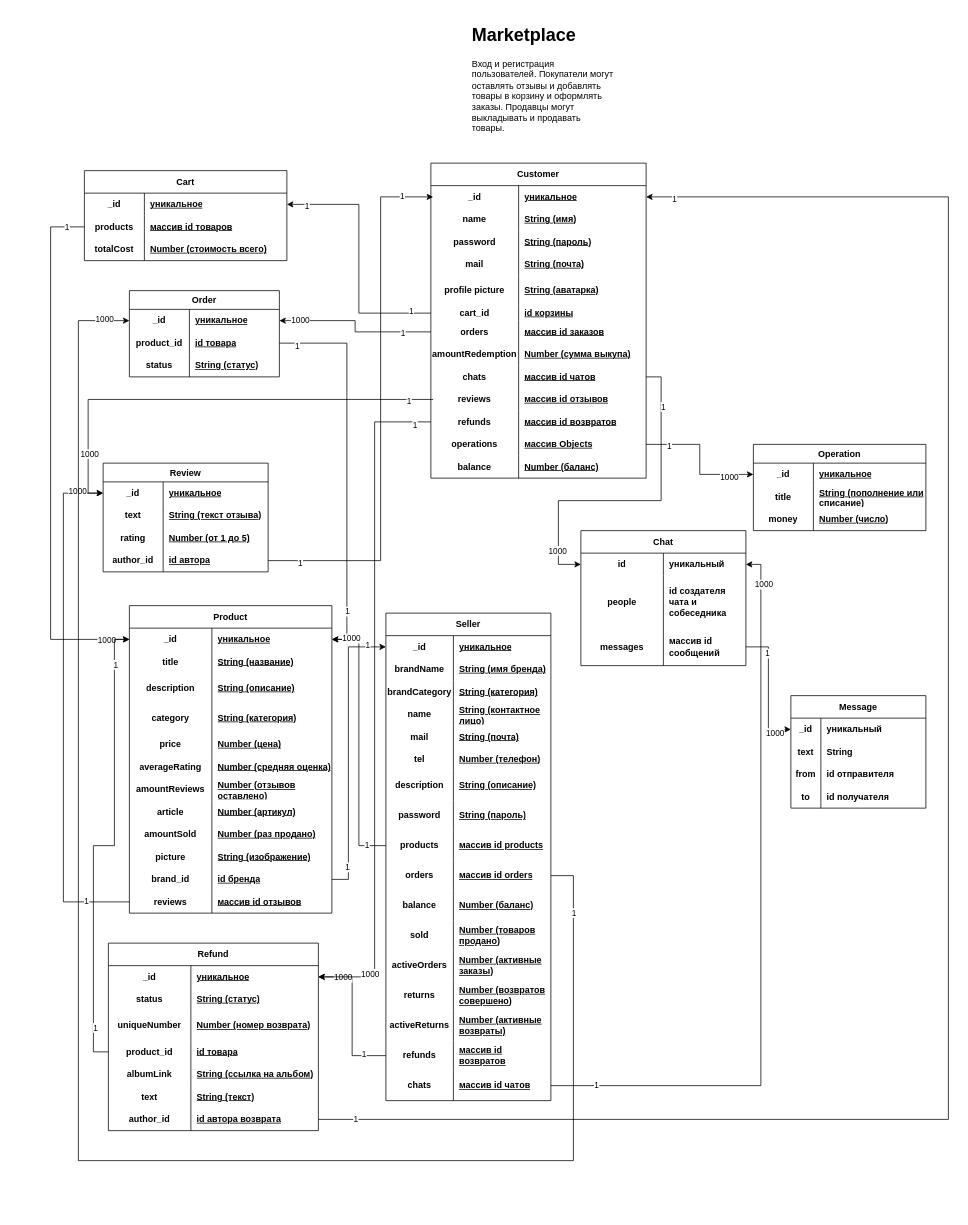
Earlier version of the draw.io diagram app-diagram.drawio (Roman3205/marketplace). Source tidied: cells renumbered, new cells numbered last; positions are measured from the earlier drawing's top-left corner, leaving out a move shared by most shapes. Both pictures are drawn from the tidied source at 75%, with x=0, y=0 at pixel (50, 20).
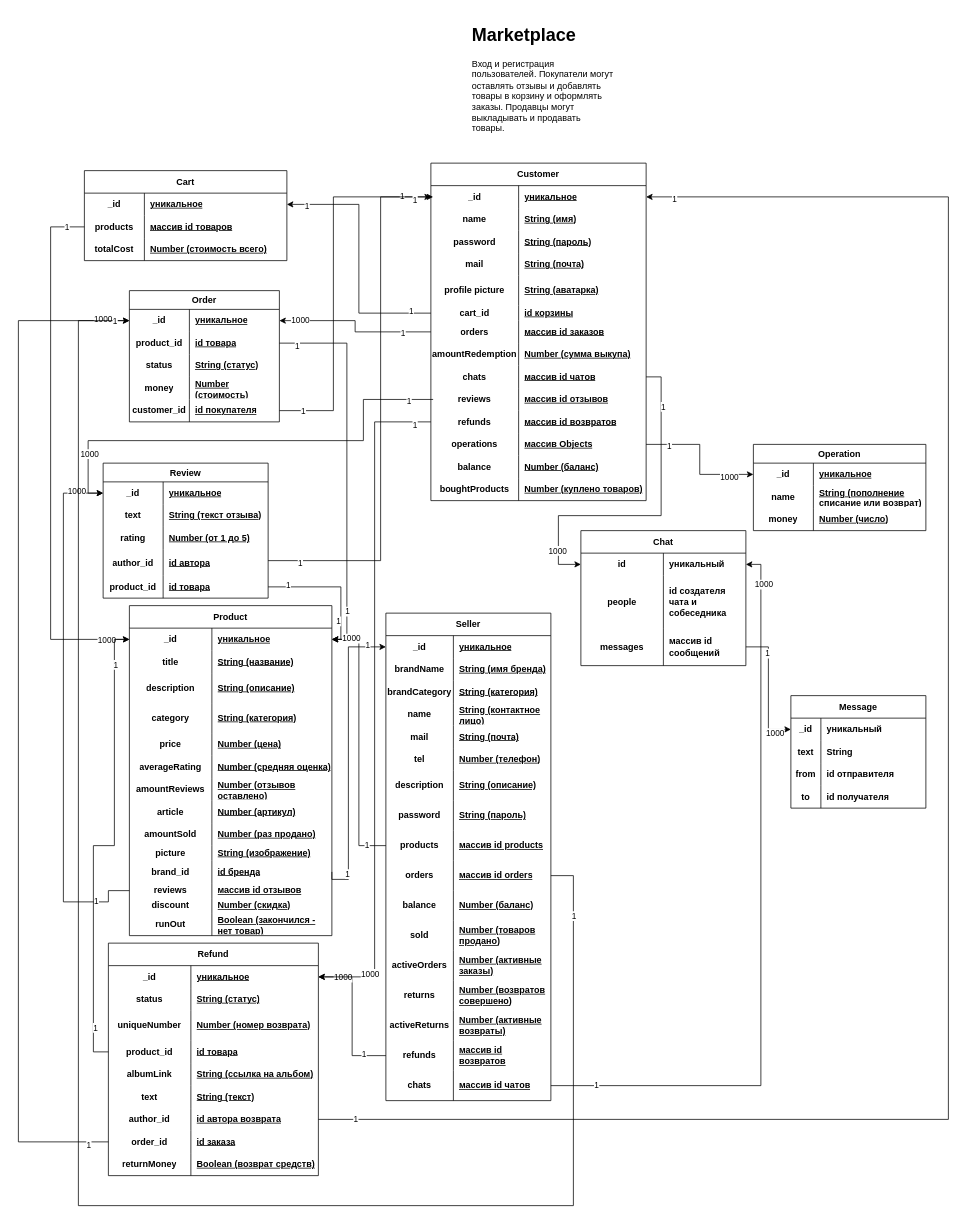
The same page after the edit.

The change refers to these unchanged cells:
```xml
<mxCell id="31" style="shape=tableRow;horizontal=0;startSize=0;swimlaneHead=0;swimlaneBody=0;fillColor=none;points=[[0,0.5],[1,0.5]];portConstraint=eastwest;top=0;left=0;right=0;bottom=0;html=1;" parent="3" vertex="1">
  <mxGeometry y="330" width="220" height="40" as="geometry" />
</mxCell>
<mxCell id="56" style="shape=tableRow;horizontal=0;startSize=0;swimlaneHead=0;swimlaneBody=0;fillColor=none;points=[[0,0.5],[1,0.5]];portConstraint=eastwest;top=0;left=0;right=0;bottom=0;html=1;" parent="55" vertex="1">
  <mxGeometry y="25" width="220" height="30" as="geometry" />
</mxCell>
<mxCell id="69" style="shape=tableRow;horizontal=0;startSize=0;swimlaneHead=0;swimlaneBody=0;fillColor=none;points=[[0,0.5],[1,0.5]];portConstraint=eastwest;top=0;left=0;right=0;bottom=0;html=1;" parent="68" vertex="1">
  <mxGeometry y="30" width="270" height="30" as="geometry" />
</mxCell>
<mxCell id="106" style="shape=tableRow;horizontal=0;startSize=0;swimlaneHead=0;swimlaneBody=0;fillColor=none;points=[[0,0.5],[1,0.5]];portConstraint=eastwest;top=0;left=0;right=0;bottom=0;html=1;" parent="105" vertex="1">
  <mxGeometry y="30" width="287" height="30" as="geometry" />
</mxCell>
<mxCell id="130" style="shape=tableRow;horizontal=0;startSize=0;swimlaneHead=0;swimlaneBody=0;fillColor=none;points=[[0,0.5],[1,0.5]];portConstraint=eastwest;top=0;left=0;right=0;bottom=0;html=1;" parent="105" vertex="1">
  <mxGeometry y="270" width="287" height="30" as="geometry" />
</mxCell>
<mxCell id="146" style="shape=tableRow;horizontal=0;startSize=0;swimlaneHead=0;swimlaneBody=0;fillColor=none;points=[[0,0.5],[1,0.5]];portConstraint=eastwest;top=0;left=0;right=0;bottom=0;html=1;" parent="145" vertex="1">
  <mxGeometry y="25" width="200" height="30" as="geometry" />
</mxCell>
<mxCell id="179" style="shape=tableRow;horizontal=0;startSize=0;swimlaneHead=0;swimlaneBody=0;top=0;left=0;bottom=0;right=0;fillColor=none;points=[[0,0.5],[1,0.5]];portConstraint=eastwest;strokeColor=inherit;fontSize=12;fontStyle=1;" parent="178" vertex="1">
  <mxGeometry y="30" width="220" height="30" as="geometry" />
</mxCell>
<mxCell id="192" style="shape=tableRow;horizontal=0;startSize=0;swimlaneHead=0;swimlaneBody=0;fillColor=none;top=0;left=0;right=0;bottom=0;html=1;" parent="188" vertex="1">
  <mxGeometry y="55" width="230" height="30" as="geometry" />
</mxCell>
```

Diff of the diagram source:
```diff
@@
     <mxCell id="55" value="Review" style="shape=table;startSize=25;childLayout=tableLayout;rowLines=0;fontStyle=1;align=center;html=1;whiteSpace=wrap;" parent="1" vertex="1">
-      <mxGeometry x="70" y="590" width="220" height="145" as="geometry" />
+      <mxGeometry x="70" y="590" width="220" height="180" as="geometry" />
     </mxCell>
@@
     <mxCell id="65" style="shape=tableRow;horizontal=0;startSize=0;swimlaneHead=0;swimlaneBody=0;fillColor=none;points=[[0,0.5],[1,0.5]];portConstraint=eastwest;top=0;left=0;right=0;bottom=0;html=1;" parent="55" vertex="1">
-      <mxGeometry y="115" width="220" height="30" as="geometry" />
+      <mxGeometry y="115" width="220" height="35" as="geometry" />
     </mxCell>
     <mxCell id="66" value="author_id" style="shape=partialRectangle;fillColor=none;top=0;left=0;bottom=0;right=0;fontStyle=1;overflow=hidden;html=1;whiteSpace=wrap;" parent="65" vertex="1">
-      <mxGeometry width="80" height="30" as="geometry" />
+      <mxGeometry width="80" height="35" as="geometry" />
     </mxCell>
     <mxCell id="67" value="id автора" style="shape=partialRectangle;fillColor=none;top=0;left=0;bottom=0;right=0;align=left;spacingLeft=6;fontStyle=5;overflow=hidden;html=1;whiteSpace=wrap;" parent="65" vertex="1">
-      <mxGeometry x="80" width="140" height="30" as="geometry" />
+      <mxGeometry x="80" width="140" height="35" as="geometry" />
     </mxCell>
+    <mxCell id="275" style="shape=tableRow;horizontal=0;startSize=0;swimlaneHead=0;swimlaneBody=0;fillColor=none;points=[[0,0.5],[1,0.5]];portConstraint=eastwest;top=0;left=0;right=0;bottom=0;html=1;" parent="55" vertex="1">
+      <mxGeometry y="150" width="220" height="30" as="geometry" />
+    </mxCell>
+    <mxCell id="276" value="product_id" style="shape=partialRectangle;fillColor=none;top=0;left=0;bottom=0;right=0;fontStyle=1;overflow=hidden;html=1;whiteSpace=wrap;" parent="275" vertex="1">
+      <mxGeometry width="80" height="30" as="geometry" />
+    </mxCell>
+    <mxCell id="277" value="id товара" style="shape=partialRectangle;fillColor=none;top=0;left=0;bottom=0;right=0;align=left;spacingLeft=6;fontStyle=5;overflow=hidden;html=1;whiteSpace=wrap;" parent="275" vertex="1">
+      <mxGeometry x="80" width="140" height="30" as="geometry" />
+    </mxCell>
     <mxCell id="68" value="Product" style="shape=table;startSize=30;childLayout=tableLayout;rowLines=0;fontStyle=1;align=center;html=1;whiteSpace=wrap;" parent="1" vertex="1">
-      <mxGeometry x="105" y="780" width="270" height="410" as="geometry" />
+      <mxGeometry x="105" y="780" width="270" height="440" as="geometry" />
     </mxCell>
@@
     <mxCell id="96" style="shape=tableRow;horizontal=0;startSize=0;swimlaneHead=0;swimlaneBody=0;fillColor=none;top=0;left=0;right=0;bottom=0;html=1;" parent="68" vertex="1">
-      <mxGeometry y="320" width="270" height="30" as="geometry" />
+      <mxGeometry y="320" width="270" height="20" as="geometry" />
     </mxCell>
     <mxCell id="97" value="picture" style="shape=partialRectangle;fillColor=none;top=0;left=0;bottom=0;right=0;fontStyle=1;overflow=hidden;html=1;whiteSpace=wrap;" parent="96" vertex="1">
-      <mxGeometry width="110" height="30" as="geometry" />
+      <mxGeometry width="110" height="20" as="geometry" />
     </mxCell>
     <mxCell id="98" value="String (изображение)" style="shape=partialRectangle;fillColor=none;top=0;left=0;bottom=0;right=0;align=left;spacingLeft=6;fontStyle=5;overflow=hidden;html=1;whiteSpace=wrap;" parent="96" vertex="1">
-      <mxGeometry x="110" width="160" height="30" as="geometry" />
+      <mxGeometry x="110" width="160" height="20" as="geometry" />
     </mxCell>
     <mxCell id="99" style="shape=tableRow;horizontal=0;startSize=0;swimlaneHead=0;swimlaneBody=0;fillColor=none;points=[[0,0.5],[1,0.5]];portConstraint=eastwest;top=0;left=0;right=0;bottom=0;html=1;" parent="68" vertex="1">
-      <mxGeometry y="350" width="270" height="30" as="geometry" />
+      <mxGeometry y="340" width="270" height="30" as="geometry" />
     </mxCell>
@@
     <mxCell id="102" style="shape=tableRow;horizontal=0;startSize=0;swimlaneHead=0;swimlaneBody=0;fillColor=none;points=[[0,0.5],[1,0.5]];portConstraint=eastwest;top=0;left=0;right=0;bottom=0;html=1;" parent="68" vertex="1">
-      <mxGeometry y="380" width="270" height="30" as="geometry" />
+      <mxGeometry y="370" width="270" height="20" as="geometry" />
     </mxCell>
     <mxCell id="103" value="reviews" style="shape=partialRectangle;fillColor=none;top=0;left=0;bottom=0;right=0;fontStyle=1;overflow=hidden;html=1;whiteSpace=wrap;" parent="102" vertex="1">
-      <mxGeometry width="110" height="30" as="geometry" />
+      <mxGeometry width="110" height="20" as="geometry" />
     </mxCell>
     <mxCell id="104" value="массив id отзывов" style="shape=partialRectangle;fillColor=none;top=0;left=0;bottom=0;right=0;align=left;spacingLeft=6;fontStyle=5;overflow=hidden;html=1;whiteSpace=wrap;" parent="102" vertex="1">
-      <mxGeometry x="110" width="160" height="30" as="geometry" />
+      <mxGeometry x="110" width="160" height="20" as="geometry" />
     </mxCell>
+    <mxCell id="278" style="shape=tableRow;horizontal=0;startSize=0;swimlaneHead=0;swimlaneBody=0;fillColor=none;top=0;left=0;right=0;bottom=0;html=1;" parent="68" vertex="1">
+      <mxGeometry y="390" width="270" height="20" as="geometry" />
+    </mxCell>
+    <mxCell id="279" value="discount" style="shape=partialRectangle;fillColor=none;top=0;left=0;bottom=0;right=0;fontStyle=1;overflow=hidden;html=1;whiteSpace=wrap;" parent="278" vertex="1">
+      <mxGeometry width="110" height="20" as="geometry" />
+    </mxCell>
+    <mxCell id="280" value="Number (скидка)" style="shape=partialRectangle;fillColor=none;top=0;left=0;bottom=0;right=0;align=left;spacingLeft=6;fontStyle=5;overflow=hidden;html=1;whiteSpace=wrap;" parent="278" vertex="1">
+      <mxGeometry x="110" width="160" height="20" as="geometry" />
+    </mxCell>
+    <mxCell id="281" style="shape=tableRow;horizontal=0;startSize=0;swimlaneHead=0;swimlaneBody=0;fillColor=none;top=0;left=0;right=0;bottom=0;html=1;" parent="68" vertex="1">
+      <mxGeometry y="410" width="270" height="30" as="geometry" />
+    </mxCell>
+    <mxCell id="282" value="runOut" style="shape=partialRectangle;fillColor=none;top=0;left=0;bottom=0;right=0;fontStyle=1;overflow=hidden;html=1;whiteSpace=wrap;" parent="281" vertex="1">
+      <mxGeometry width="110" height="30" as="geometry" />
+    </mxCell>
+    <mxCell id="283" value="Boolean (закончился - нет товар)" style="shape=partialRectangle;fillColor=none;top=0;left=0;bottom=0;right=0;align=left;spacingLeft=6;fontStyle=5;overflow=hidden;html=1;whiteSpace=wrap;" parent="281" vertex="1">
+      <mxGeometry x="110" width="160" height="30" as="geometry" />
+    </mxCell>
     <mxCell id="105" value="Customer" style="shape=table;startSize=30;childLayout=tableLayout;rowLines=0;fontStyle=1;align=center;html=1;whiteSpace=wrap;" parent="1" vertex="1">
-      <mxGeometry x="507" y="190" width="287" height="420" as="geometry" />
+      <mxGeometry x="507" y="190" width="287" height="450" as="geometry" />
     </mxCell>
@@
+    <mxCell id="284" style="shape=tableRow;horizontal=0;startSize=0;swimlaneHead=0;swimlaneBody=0;fillColor=none;top=0;left=0;right=0;bottom=0;html=1;" parent="105" vertex="1">
+      <mxGeometry y="420" width="287" height="30" as="geometry" />
+    </mxCell>
+    <mxCell id="285" value="boughtProducts" style="shape=partialRectangle;fillColor=none;top=0;left=0;bottom=0;right=0;fontStyle=1;overflow=hidden;html=1;whiteSpace=wrap;" parent="284" vertex="1">
+      <mxGeometry width="117" height="30" as="geometry" />
+    </mxCell>
+    <mxCell id="286" value="Number (куплено товаров)" style="shape=partialRectangle;fillColor=none;top=0;left=0;bottom=0;right=0;align=left;spacingLeft=6;fontStyle=5;overflow=hidden;html=1;whiteSpace=wrap;" parent="284" vertex="1">
+      <mxGeometry x="117" width="170" height="30" as="geometry" />
+    </mxCell>
     <mxCell id="145" value="Order" style="shape=table;startSize=25;childLayout=tableLayout;rowLines=0;fontStyle=1;align=center;html=1;whiteSpace=wrap;" parent="1" vertex="1">
-      <mxGeometry x="105" y="360" width="200" height="115" as="geometry" />
+      <mxGeometry x="105" y="360" width="200" height="175" as="geometry" />
     </mxCell>
@@
+    <mxCell id="287" style="shape=tableRow;horizontal=0;startSize=0;swimlaneHead=0;swimlaneBody=0;fillColor=none;top=0;left=0;right=0;bottom=0;html=1;" parent="145" vertex="1">
+      <mxGeometry y="115" width="200" height="30" as="geometry" />
+    </mxCell>
+    <mxCell id="288" value="money" style="shape=partialRectangle;fillColor=none;top=0;left=0;bottom=0;right=0;fontStyle=1;overflow=hidden;html=1;whiteSpace=wrap;" parent="287" vertex="1">
+      <mxGeometry width="80" height="30" as="geometry" />
+    </mxCell>
+    <mxCell id="289" value="Number (стоимость)" style="shape=partialRectangle;fillColor=none;top=0;left=0;bottom=0;right=0;align=left;spacingLeft=6;fontStyle=5;overflow=hidden;html=1;whiteSpace=wrap;" parent="287" vertex="1">
+      <mxGeometry x="80" width="120" height="30" as="geometry" />
+    </mxCell>
+    <mxCell id="290" style="shape=tableRow;horizontal=0;startSize=0;swimlaneHead=0;swimlaneBody=0;fillColor=none;points=[[0,0.5],[1,0.5]];portConstraint=eastwest;top=0;left=0;right=0;bottom=0;html=1;" parent="145" vertex="1">
+      <mxGeometry y="145" width="200" height="30" as="geometry" />
+    </mxCell>
+    <mxCell id="291" value="customer_id" style="shape=partialRectangle;fillColor=none;top=0;left=0;bottom=0;right=0;fontStyle=1;overflow=hidden;html=1;whiteSpace=wrap;" parent="290" vertex="1">
+      <mxGeometry width="80" height="30" as="geometry" />
+    </mxCell>
+    <mxCell id="292" value="id покупателя" style="shape=partialRectangle;fillColor=none;top=0;left=0;bottom=0;right=0;align=left;spacingLeft=6;fontStyle=5;overflow=hidden;html=1;whiteSpace=wrap;" parent="290" vertex="1">
+      <mxGeometry x="80" width="120" height="30" as="geometry" />
+    </mxCell>
@@
-    <mxCell id="193" value="title" style="shape=partialRectangle;fillColor=none;top=0;left=0;bottom=0;right=0;fontStyle=1;overflow=hidden;html=1;whiteSpace=wrap;" parent="192" vertex="1">
+    <mxCell id="193" value="name" style="shape=partialRectangle;fillColor=none;top=0;left=0;bottom=0;right=0;fontStyle=1;overflow=hidden;html=1;whiteSpace=wrap;" parent="192" vertex="1">
       <mxGeometry width="80" height="30" as="geometry" />
     </mxCell>
-    <mxCell id="194" value="String (пополнение или списание)" style="shape=partialRectangle;fillColor=none;top=0;left=0;bottom=0;right=0;align=left;spacingLeft=6;fontStyle=5;overflow=hidden;html=1;whiteSpace=wrap;" parent="192" vertex="1">
+    <mxCell id="194" value="String (пополнение списание или возврат)" style="shape=partialRectangle;fillColor=none;top=0;left=0;bottom=0;right=0;align=left;spacingLeft=6;fontStyle=5;overflow=hidden;html=1;whiteSpace=wrap;" parent="192" vertex="1">
       <mxGeometry x="80" width="150" height="30" as="geometry" />
     </mxCell>
@@
     <mxCell id="198" value="Refund" style="shape=table;startSize=30;childLayout=tableLayout;rowLines=0;fontStyle=1;align=center;html=1;whiteSpace=wrap;" parent="1" vertex="1">
-      <mxGeometry x="77" y="1230" width="280" height="250" as="geometry" />
+      <mxGeometry x="77" y="1230" width="280" height="310" as="geometry" />
     </mxCell>
@@
+    <mxCell id="293" style="shape=tableRow;horizontal=0;startSize=0;swimlaneHead=0;swimlaneBody=0;fillColor=none;points=[[0,0.5],[1,0.5]];portConstraint=eastwest;top=0;left=0;right=0;bottom=0;html=1;" parent="198" vertex="1">
+      <mxGeometry y="250" width="280" height="30" as="geometry" />
+    </mxCell>
+    <mxCell id="294" value="order_id" style="shape=partialRectangle;fillColor=none;top=0;left=0;bottom=0;right=0;fontStyle=1;overflow=hidden;html=1;whiteSpace=wrap;" parent="293" vertex="1">
+      <mxGeometry width="110" height="30" as="geometry" />
+    </mxCell>
+    <mxCell id="295" value="id заказа" style="shape=partialRectangle;fillColor=none;top=0;left=0;bottom=0;right=0;align=left;spacingLeft=6;fontStyle=5;overflow=hidden;html=1;whiteSpace=wrap;" parent="293" vertex="1">
+      <mxGeometry x="110" width="170" height="30" as="geometry" />
+    </mxCell>
+    <mxCell id="296" style="shape=tableRow;horizontal=0;startSize=0;swimlaneHead=0;swimlaneBody=0;fillColor=none;top=0;left=0;right=0;bottom=0;html=1;" parent="198" vertex="1">
+      <mxGeometry y="280" width="280" height="30" as="geometry" />
+    </mxCell>
+    <mxCell id="297" value="returnMoney" style="shape=partialRectangle;fillColor=none;top=0;left=0;bottom=0;right=0;fontStyle=1;overflow=hidden;html=1;whiteSpace=wrap;" parent="296" vertex="1">
+      <mxGeometry width="110" height="30" as="geometry" />
+    </mxCell>
+    <mxCell id="298" value="Boolean (возврат средств)" style="shape=partialRectangle;fillColor=none;top=0;left=0;bottom=0;right=0;align=left;spacingLeft=6;fontStyle=5;overflow=hidden;html=1;whiteSpace=wrap;" parent="296" vertex="1">
+      <mxGeometry x="110" width="170" height="30" as="geometry" />
+    </mxCell>
     <mxCell id="220" style="edgeStyle=orthogonalEdgeStyle;rounded=0;jettySize=auto;html=1;entryX=0;entryY=0.5;entryDx=0;entryDy=0;" parent="1" edge="1" target="56">
       <mxGeometry relative="1" as="geometry">
         <mxPoint x="510" y="505.1" as="sourcePoint" />
         <Array as="points">
-          <mxPoint x="50" y="505" />
+          <mxPoint x="417" y="505" />
+          <mxPoint x="417" y="560" />
+          <mxPoint x="50" y="560" />
           <mxPoint x="50" y="630" />
         </Array>
       </mxGeometry>
     </mxCell>
@@
     <mxCell id="238" style="edgeStyle=orthogonalEdgeStyle;rounded=0;jettySize=auto;html=1;entryX=0;entryY=0.5;entryDx=0;entryDy=0;" parent="1" edge="1" source="130" target="179">
       <mxGeometry relative="1" as="geometry">
         <Array as="points">
           <mxPoint x="814" y="475" />
-          <mxPoint x="814" y="640" />
-          <mxPoint x="677" y="640" />
+          <mxPoint x="814" y="660" />
+          <mxPoint x="677" y="660" />
           <mxPoint x="677" y="725" />
         </Array>
       </mxGeometry>
     </mxCell>
@@
     <mxCell id="244" style="edgeStyle=orthogonalEdgeStyle;rounded=0;jettySize=auto;html=1;entryX=0;entryY=0.5;entryDx=0;entryDy=0;" parent="1" edge="1" source="102" target="56">
       <mxGeometry relative="1" as="geometry">
         <Array as="points">
+          <mxPoint x="77" y="1160" />
+          <mxPoint x="77" y="1175" />
           <mxPoint x="17" y="1175" />
           <mxPoint x="17" y="630" />
         </Array>
       </mxGeometry>
     </mxCell>
@@
     <mxCell id="253" style="edgeStyle=orthogonalEdgeStyle;rounded=0;jettySize=auto;html=1;entryX=0;entryY=0.5;entryDx=0;entryDy=0;exitX=1;exitY=0.5;exitDx=0;exitDy=0;" parent="1" edge="1" source="31" target="146">
       <mxGeometry relative="1" as="geometry">
         <Array as="points">
           <mxPoint x="697" y="1140" />
-          <mxPoint x="697" y="1520" />
-          <mxPoint x="37" y="1520" />
+          <mxPoint x="697" y="1580" />
+          <mxPoint x="37" y="1580" />
           <mxPoint x="37" y="400" />
         </Array>
       </mxGeometry>
     </mxCell>
@@
+    <mxCell id="299" style="edgeStyle=orthogonalEdgeStyle;rounded=0;jettySize=auto;html=1;" parent="1" edge="1" source="290" target="106">
+      <mxGeometry relative="1" as="geometry">
+        <Array as="points">
+          <mxPoint x="377" y="520" />
+          <mxPoint x="377" y="235" />
+        </Array>
+      </mxGeometry>
+    </mxCell>
+    <mxCell id="300" value="1" style="edgeLabel;html=1;align=center;verticalAlign=middle;" parent="299" vertex="1">
+      <mxGeometry x="0.91" y="-3" relative="1" as="geometry" />
+    </mxCell>
+    <mxCell id="301" value="1" style="edgeLabel;html=1;align=center;verticalAlign=middle;" parent="299" vertex="1">
+      <mxGeometry x="-0.87" relative="1" as="geometry">
+        <mxPoint x="-1" as="offset" />
+      </mxGeometry>
+    </mxCell>
+    <mxCell id="302" style="edgeStyle=orthogonalEdgeStyle;rounded=0;jettySize=auto;html=1;entryX=1;entryY=0.5;entryDx=0;entryDy=0;" parent="1" edge="1" source="275" target="69">
+      <mxGeometry relative="1" as="geometry">
+        <Array as="points">
+          <mxPoint x="387" y="755" />
+          <mxPoint x="387" y="825" />
+        </Array>
+      </mxGeometry>
+    </mxCell>
+    <mxCell id="303" value="1" style="edgeLabel;html=1;align=center;verticalAlign=middle;" parent="302" vertex="1">
+      <mxGeometry x="-0.71" y="3" relative="1" as="geometry" />
+    </mxCell>
+    <mxCell id="304" value="1" style="edgeLabel;html=1;align=center;verticalAlign=middle;" parent="302" vertex="1">
+      <mxGeometry x="0.59" y="-4" relative="1" as="geometry" />
+    </mxCell>
+    <mxCell id="305" style="edgeStyle=orthogonalEdgeStyle;rounded=0;jettySize=auto;html=1;entryX=0;entryY=0.5;entryDx=0;entryDy=0;" parent="1" edge="1" source="293" target="146">
+      <mxGeometry relative="1" as="geometry">
+        <Array as="points">
+          <mxPoint x="-43" y="1495" />
+          <mxPoint x="-43" y="400" />
+        </Array>
+      </mxGeometry>
+    </mxCell>
+    <mxCell id="306" value="1" style="edgeLabel;html=1;align=center;verticalAlign=middle;" parent="305" vertex="1">
+      <mxGeometry x="0.97" relative="1" as="geometry" />
+    </mxCell>
+    <mxCell id="307" value="1" style="edgeLabel;html=1;align=center;verticalAlign=middle;" parent="305" vertex="1">
+      <mxGeometry x="-0.96" y="3" relative="1" as="geometry" />
+    </mxCell>
```
